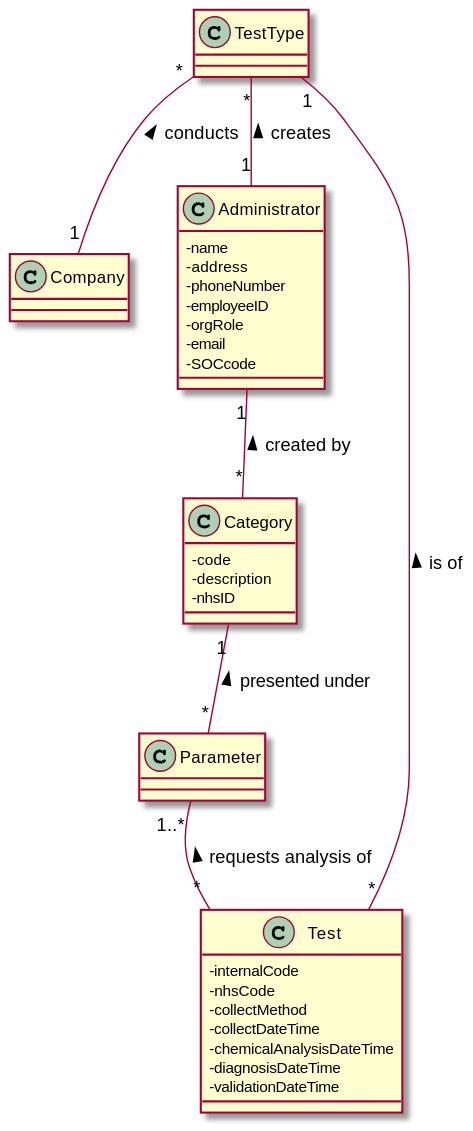
The PlantUML diagram docs/SprintB/US09/US09-MD.svg in 0franciscor/lei-21-s2-1de-g19, before a commit.
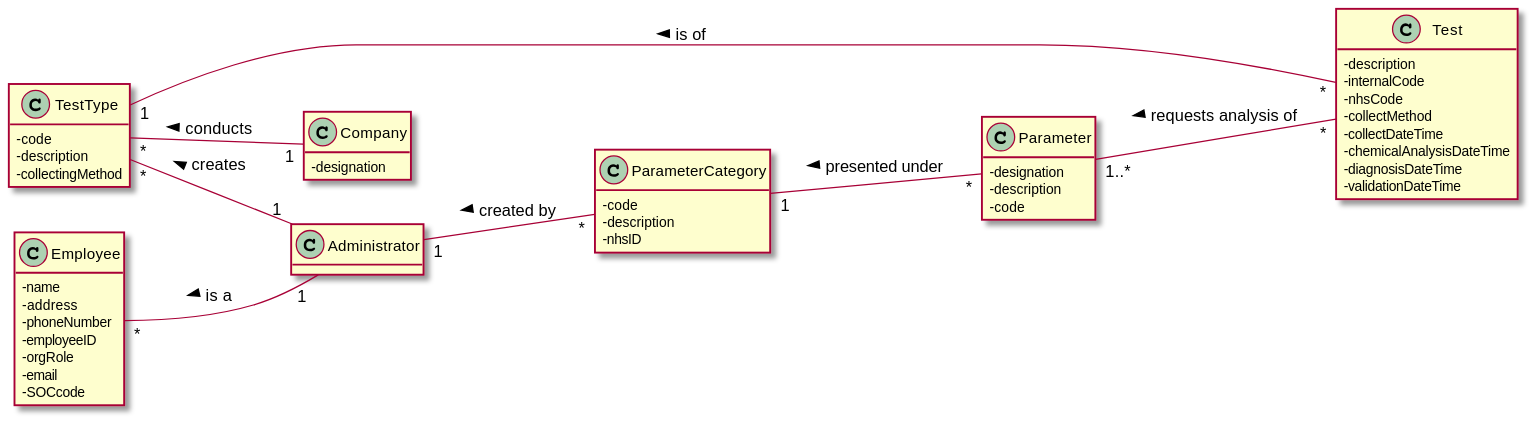
After the change.

Change to the diagram source:
```diff
@@ -1,15 +1,18 @@
 @startuml
+hide methods
+left to right direction
 
 class Company
+class Employee
 class Administrator
-class Category
+class ParameterCategory
 class Parameter
 class TestType
 class Test
 
-Administrator "1" -- "*" Category : < created by
+Employee "*" -- "1" Administrator : < is a
 
-Category "1" -- "*" Parameter : < presented under
+ParameterCategory "1" -- "*" Parameter : < presented under
 
 Parameter "1..*" -- "*" Test : < requests analysis of
 
@@ -19,12 +22,15 @@
 
 TestType "*" -- "1" Administrator : < creates
 
+Administrator "1" -- "*" ParameterCategory : < created by
+
 skinparam classAttributeIconSize 0
 
 class Company{
+-designation
 }
 
-class Administrator{
+class Employee{
 -name
 -address
 -phoneNumber
@@ -34,19 +40,29 @@
 -SOCcode
 }
 
-class Category{
+class Administrator{
+}
+
+class ParameterCategory{
 -code
 -description
 -nhsID
 }
 
 class Parameter{
+-designation
+-description
+-code
 }
 
 class TestType{
+-code
+-description
+-collectingMethod
 }
 
 class Test{
+-description
 -internalCode
 -nhsCode
 -collectMethod
```
